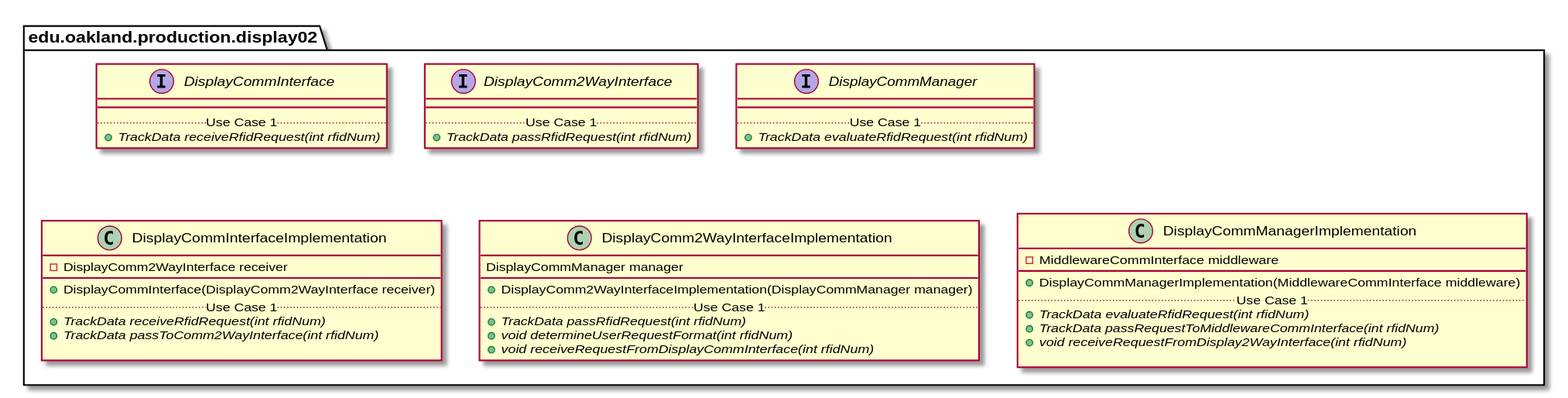
Before: docs/uml-class-diagrams/display02/production/Display02ProductionPackage.svg, a diagram exported from PlantUML (andrewdimmer/csi-3370-software-project).
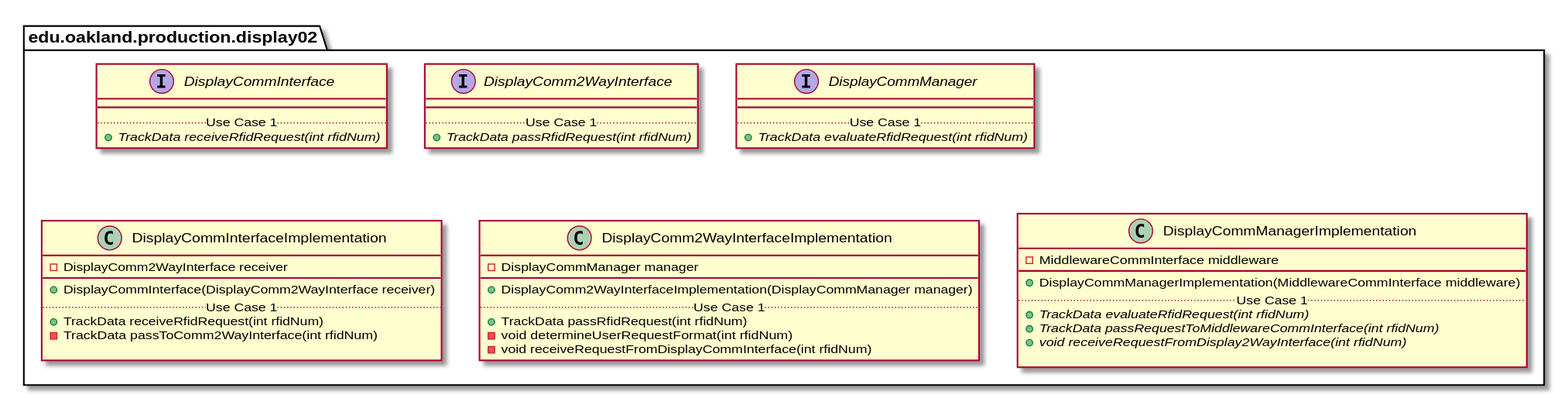
The same file after the commit.

The edit, as a diff of the source:
```diff
@@ -38,8 +38,8 @@
         __
         + DisplayCommInterface(DisplayComm2WayInterface receiver)
         .. Use Case 1 ..
-        {abstract} + TrackData receiveRfidRequest(int rfidNum)
-        {abstract} + TrackData passToComm2WayInterface(int rfidNum)
+        + TrackData receiveRfidRequest(int rfidNum)
+        - TrackData passToComm2WayInterface(int rfidNum)
 
     }
 }
@@ -47,13 +47,13 @@
 
 package edu.oakland.production.display02 {
     class DisplayComm2WayInterfaceImplementation {
-        DisplayCommManager manager
+        - DisplayCommManager manager
         __
         + DisplayComm2WayInterfaceImplementation(DisplayCommManager manager)
         .. Use Case 1 ..
-        {abstract} + TrackData passRfidRequest(int rfidNum)
-        {abstract} + void determineUserRequestFormat(int rfidNum)
-        {abstract} + void receiveRequestFromDisplayCommInterface(int rfidNum)
+        + TrackData passRfidRequest(int rfidNum)
+        - void determineUserRequestFormat(int rfidNum)
+        - void receiveRequestFromDisplayCommInterface(int rfidNum)
     }
 }
 
```
